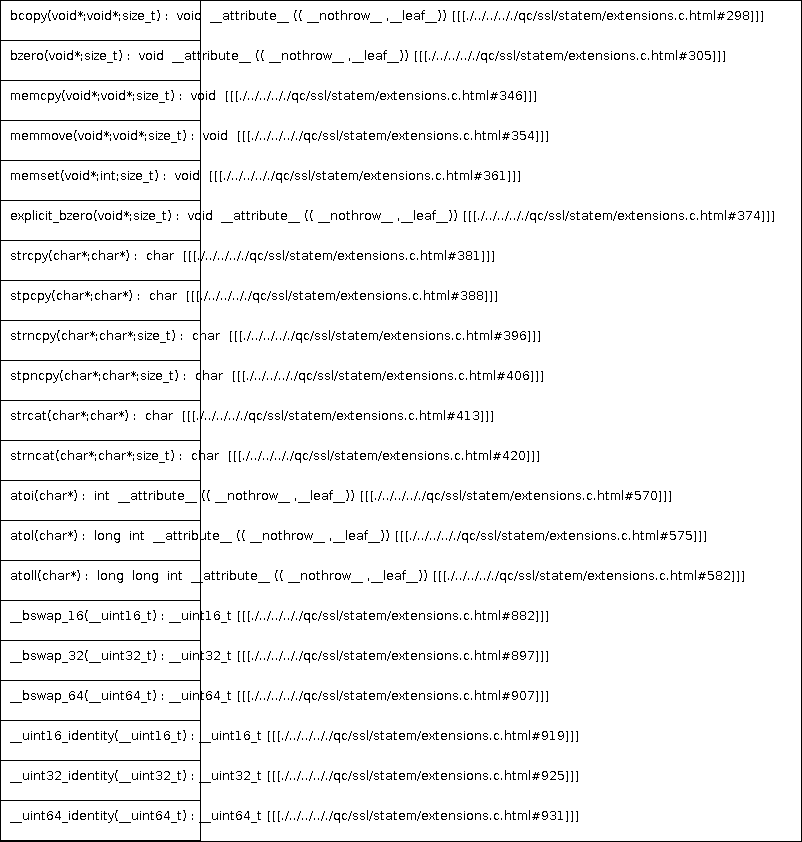
Above: docs/qc/ssl/statem/extensions.c.png in qualitesys/openssl (PlantUML), before the change. Its source is kept beside it as docs/qc/ssl/statem/extensions.c.puml.
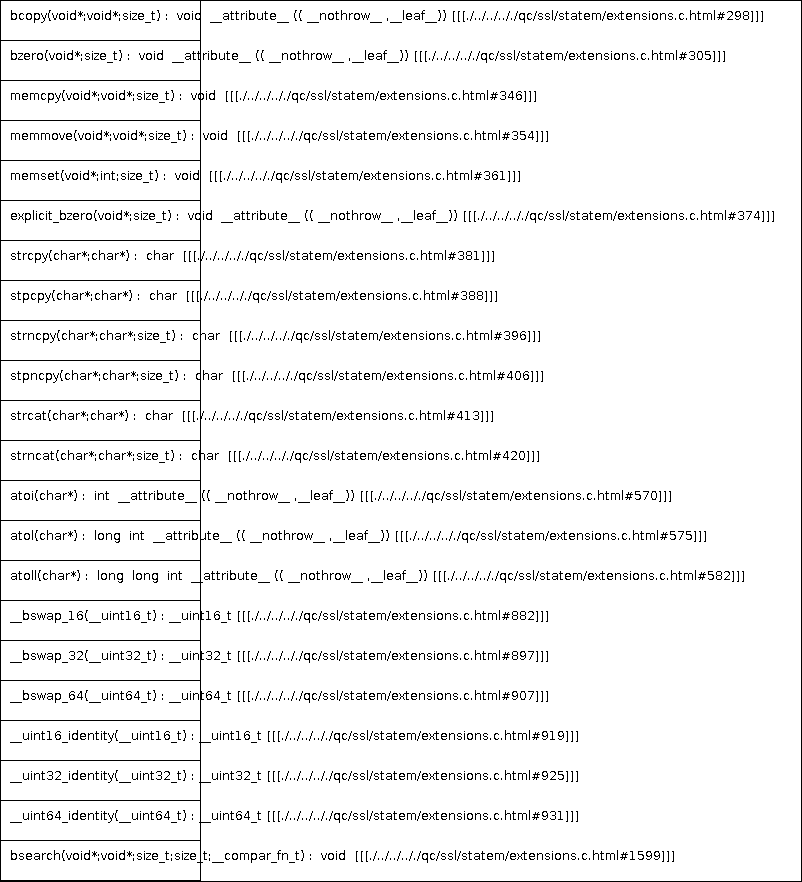
After the change.

Diff of the diagram source:
```diff
@@ -22,5 +22,6 @@
 __uint16_identity(__uint16_t) : __uint16_t [[[./../../.././qc/ssl/statem/extensions.c.html#919]]]
 __uint32_identity(__uint32_t) : __uint32_t [[[./../../.././qc/ssl/statem/extensions.c.html#925]]]
 __uint64_identity(__uint64_t) : __uint64_t [[[./../../.././qc/ssl/statem/extensions.c.html#931]]]
+bsearch(void*;void*;size_t;size_t;__compar_fn_t) :  void  [[[./../../.././qc/ssl/statem/extensions.c.html#1599]]]
 }
 @enduml
```
